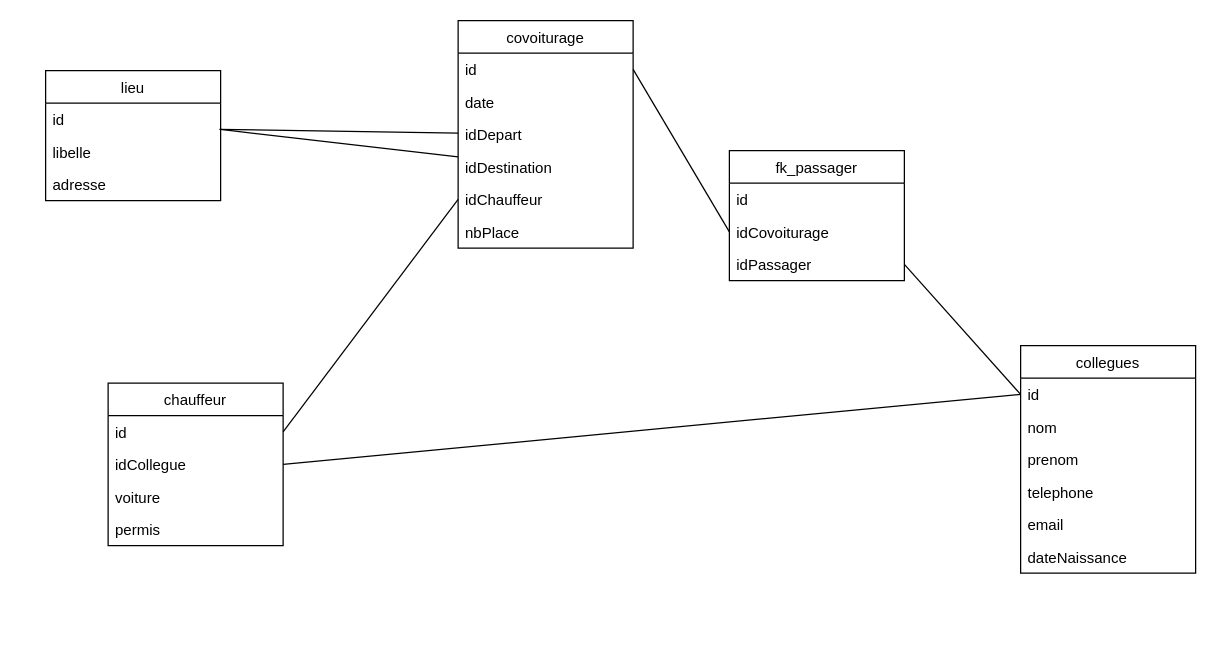
Above: Untitled Diagram.drawio in atelier-diginamic/gdt-back (draw.io), before the change. Source tidied: cells renumbered, new cells numbered last; positions are measured from the earlier drawing's top-left corner, leaving out a move shared by most shapes. Both pictures are drawn from the tidied source at 125%, with x=0, y=0 at pixel (45, 20).
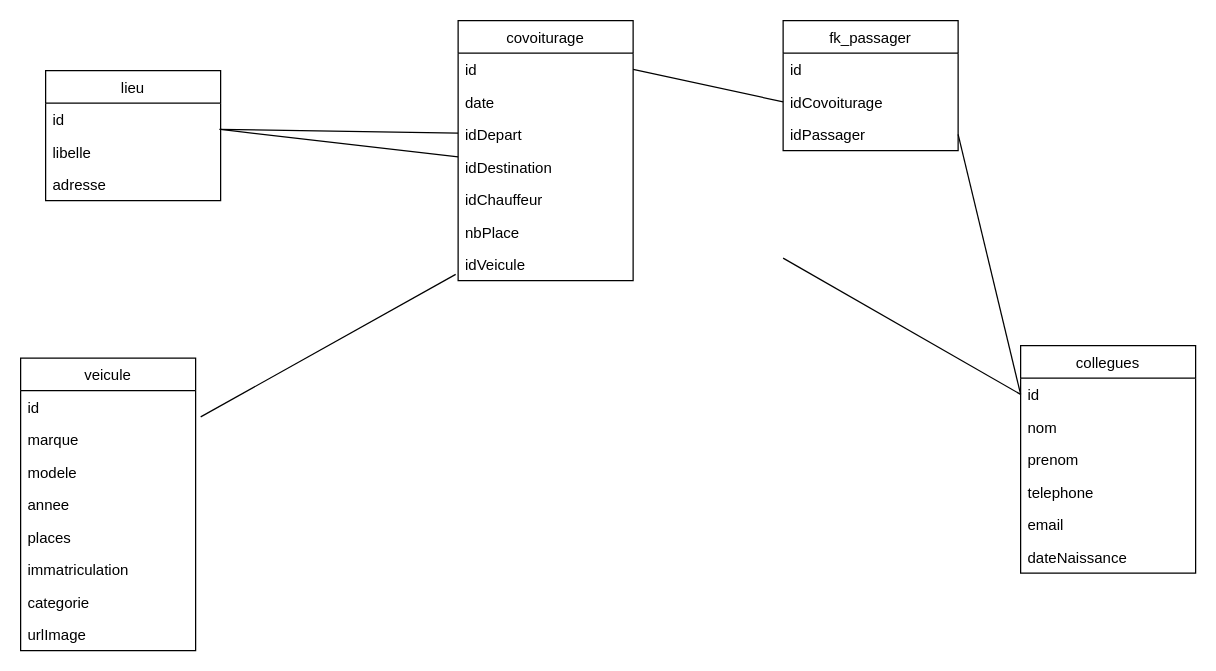
The same page after the edit.

Commit message:
maj diagram

The change refers to these unchanged cells:
```xml
<mxCell id="11" value="idChauffeur&#10;" style="text;strokeColor=none;fillColor=none;align=left;verticalAlign=top;spacingLeft=4;spacingRight=4;overflow=hidden;points=[[0,0.5],[1,0.5]];portConstraint=eastwest;" parent="6" vertex="1">
  <mxGeometry y="130" width="140" height="26" as="geometry" />
</mxCell>
<mxCell id="28" value="id" style="text;strokeColor=none;fillColor=none;align=left;verticalAlign=top;spacingLeft=4;spacingRight=4;overflow=hidden;points=[[0,0.5],[1,0.5]];portConstraint=eastwest;" parent="27" vertex="1">
  <mxGeometry y="26" width="140" height="26" as="geometry" />
</mxCell>
```

The edit, as a diff of the source:
```diff
@@
     <mxCell id="6" value="covoiturage" style="swimlane;fontStyle=0;horizontal=1;startSize=26;fillColor=none;" parent="1" vertex="1">
-      <mxGeometry x="330" width="140" height="182" as="geometry" />
+      <mxGeometry x="330" width="140" height="208" as="geometry" />
     </mxCell>
@@
+    <mxCell id="35" value="idVeicule&#10;" style="text;strokeColor=none;fillColor=none;align=left;verticalAlign=top;spacingLeft=4;spacingRight=4;overflow=hidden;points=[[0,0.5],[1,0.5]];portConstraint=eastwest;" parent="6" vertex="1">
+      <mxGeometry y="182" width="140" height="26" as="geometry" />
+    </mxCell>
@@
-    <mxCell id="15" style="endArrow=none;html=1;entryX=0;entryY=0.5;entryDx=0;entryDy=0;exitX=1;exitY=0.5;exitDx=0;exitDy=0;" parent="1" edge="1" source="23" target="11">
-      <mxGeometry relative="1" as="geometry" />
-    </mxCell>
-    <mxCell id="16" value="fk_passager" style="swimlane;fontStyle=0;horizontal=1;startSize=26;fillColor=none;" parent="1" vertex="1">
-      <mxGeometry x="547" y="104" width="140" height="104" as="geometry" />
-    </mxCell>
-    <mxCell id="17" value="id" style="text;strokeColor=none;fillColor=none;align=left;verticalAlign=top;spacingLeft=4;spacingRight=4;overflow=hidden;" parent="16" vertex="1">
-      <mxGeometry y="26" width="140" height="26" as="geometry" />
-    </mxCell>
-    <mxCell id="18" value="idCovoiturage&#10;" style="text;strokeColor=none;fillColor=none;align=left;verticalAlign=top;spacingLeft=4;spacingRight=4;overflow=hidden;points=[[0,0.5],[1,0.5]];portConstraint=eastwest;" parent="16" vertex="1">
-      <mxGeometry y="52" width="140" height="26" as="geometry" />
-    </mxCell>
-    <mxCell id="19" value="idPassager" style="text;strokeColor=none;fillColor=none;align=left;verticalAlign=top;spacingLeft=4;spacingRight=4;overflow=hidden;points=[[0,0.5],[1,0.5]];portConstraint=eastwest;" parent="16" vertex="1">
-      <mxGeometry y="78" width="140" height="26" as="geometry" />
-    </mxCell>
@@
-    <mxCell id="22" value="chauffeur" style="swimlane;fontStyle=0;horizontal=1;startSize=26;fillColor=none;" parent="1" vertex="1">
-      <mxGeometry x="50" y="290" width="140" height="130" as="geometry" />
-    </mxCell>
-    <mxCell id="23" value="id" style="text;strokeColor=none;fillColor=none;align=left;verticalAlign=top;spacingLeft=4;spacingRight=4;overflow=hidden;points=[[0,0.5],[1,0.5]];portConstraint=eastwest;" parent="22" vertex="1">
-      <mxGeometry y="26" width="140" height="26" as="geometry" />
-    </mxCell>
-    <mxCell id="24" value="idCollegue&#10;" style="text;strokeColor=none;fillColor=none;align=left;verticalAlign=top;spacingLeft=4;spacingRight=4;overflow=hidden;points=[[0,0.5],[1,0.5]];portConstraint=eastwest;" parent="22" vertex="1">
-      <mxGeometry y="52" width="140" height="26" as="geometry" />
-    </mxCell>
-    <mxCell id="25" value="voiture" style="text;strokeColor=none;fillColor=none;align=left;verticalAlign=top;spacingLeft=4;spacingRight=4;overflow=hidden;" parent="22" vertex="1">
-      <mxGeometry y="78" width="140" height="26" as="geometry" />
-    </mxCell>
-    <mxCell id="26" value="permis" style="text;strokeColor=none;fillColor=none;align=left;verticalAlign=top;spacingLeft=4;spacingRight=4;overflow=hidden;" parent="22" vertex="1">
-      <mxGeometry y="104" width="140" height="26" as="geometry" />
-    </mxCell>
@@
-    <mxCell id="34" style="endArrow=none;html=1;exitX=1;exitY=0.5;exitDx=0;exitDy=0;entryX=0;entryY=0.5;entryDx=0;entryDy=0;" parent="1" edge="1" source="24" target="28">
-      <mxGeometry relative="1" as="geometry" />
-    </mxCell>
+    <mxCell id="16" value="fk_passager" style="swimlane;fontStyle=0;horizontal=1;startSize=26;fillColor=none;" parent="1" vertex="1">
+      <mxGeometry x="590" width="140" height="104" as="geometry" />
+    </mxCell>
+    <mxCell id="17" value="id" style="text;strokeColor=none;fillColor=none;align=left;verticalAlign=top;spacingLeft=4;spacingRight=4;overflow=hidden;" parent="16" vertex="1">
+      <mxGeometry y="26" width="140" height="26" as="geometry" />
+    </mxCell>
+    <mxCell id="18" value="idCovoiturage&#10;" style="text;strokeColor=none;fillColor=none;align=left;verticalAlign=top;spacingLeft=4;spacingRight=4;overflow=hidden;points=[[0,0.5],[1,0.5]];portConstraint=eastwest;" parent="16" vertex="1">
+      <mxGeometry y="52" width="140" height="26" as="geometry" />
+    </mxCell>
+    <mxCell id="19" value="idPassager" style="text;strokeColor=none;fillColor=none;align=left;verticalAlign=top;spacingLeft=4;spacingRight=4;overflow=hidden;points=[[0,0.5],[1,0.5]];portConstraint=eastwest;" parent="16" vertex="1">
+      <mxGeometry y="78" width="140" height="26" as="geometry" />
+    </mxCell>
+    <mxCell id="36" style="endArrow=none;html=1;exitX=1;exitY=0.5;exitDx=0;exitDy=0;entryX=0;entryY=0.5;entryDx=0;entryDy=0;" parent="1" edge="1" target="28">
+      <mxGeometry relative="1" as="geometry">
+        <mxPoint x="590" y="190" as="sourcePoint" />
+      </mxGeometry>
+    </mxCell>
+    <mxCell id="37" value="veicule" style="swimlane;fontStyle=0;horizontal=1;startSize=26;fillColor=none;" parent="1" vertex="1">
+      <mxGeometry x="-20" y="270" width="140" height="234" as="geometry" />
+    </mxCell>
+    <mxCell id="23" value="id" style="text;strokeColor=none;fillColor=none;align=left;verticalAlign=top;spacingLeft=4;spacingRight=4;overflow=hidden;points=[[0,0.5],[1,0.5]];portConstraint=eastwest;" parent="37" vertex="1">
+      <mxGeometry y="26" width="140" height="26" as="geometry" />
+    </mxCell>
+    <mxCell id="38" value="marque" style="text;strokeColor=none;fillColor=none;align=left;verticalAlign=top;spacingLeft=4;spacingRight=4;overflow=hidden;" parent="37" vertex="1">
+      <mxGeometry y="52" width="140" height="26" as="geometry" />
+    </mxCell>
+    <mxCell id="39" value="modele" style="text;strokeColor=none;fillColor=none;align=left;verticalAlign=top;spacingLeft=4;spacingRight=4;overflow=hidden;" parent="37" vertex="1">
+      <mxGeometry y="78" width="140" height="26" as="geometry" />
+    </mxCell>
+    <mxCell id="40" value="annee" style="text;strokeColor=none;fillColor=none;align=left;verticalAlign=top;spacingLeft=4;spacingRight=4;overflow=hidden;" parent="37" vertex="1">
+      <mxGeometry y="104" width="140" height="26" as="geometry" />
+    </mxCell>
+    <mxCell id="41" value="places" style="text;strokeColor=none;fillColor=none;align=left;verticalAlign=top;spacingLeft=4;spacingRight=4;overflow=hidden;" parent="37" vertex="1">
+      <mxGeometry y="130" width="140" height="26" as="geometry" />
+    </mxCell>
+    <mxCell id="42" value="immatriculation" style="text;strokeColor=none;fillColor=none;align=left;verticalAlign=top;spacingLeft=4;spacingRight=4;overflow=hidden;" parent="37" vertex="1">
+      <mxGeometry y="156" width="140" height="26" as="geometry" />
+    </mxCell>
+    <mxCell id="43" value="categorie" style="text;strokeColor=none;fillColor=none;align=left;verticalAlign=top;spacingLeft=4;spacingRight=4;overflow=hidden;" parent="37" vertex="1">
+      <mxGeometry y="182" width="140" height="26" as="geometry" />
+    </mxCell>
+    <mxCell id="44" value="urlImage&#10;" style="text;strokeColor=none;fillColor=none;align=left;verticalAlign=top;spacingLeft=4;spacingRight=4;overflow=hidden;" parent="37" vertex="1">
+      <mxGeometry y="208" width="140" height="26" as="geometry" />
+    </mxCell>
+    <mxCell id="45" style="endArrow=none;html=1;exitX=1.029;exitY=0.808;exitDx=0;exitDy=0;entryX=-0.014;entryY=0.808;entryDx=0;entryDy=0;exitPerimeter=0;entryPerimeter=0;" parent="1" edge="1" source="23" target="35">
+      <mxGeometry relative="1" as="geometry" />
+    </mxCell>
```
